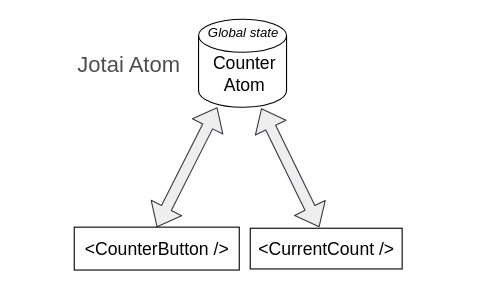
This is page "Jotai atom" (1 of 3) of content/posts/125-react-jotai/diagrams/diagram.drawio from panzerdp/dmitripavlutin.com, a draw.io file, before an edit. Source tidied: cells renumbered, new cells numbered last; positions are measured from the earlier drawing's top-left corner, leaving out a move shared by most shapes. Both pictures are drawn from the tidied source at 110%, with x=0, y=0 at pixel (74, 19).
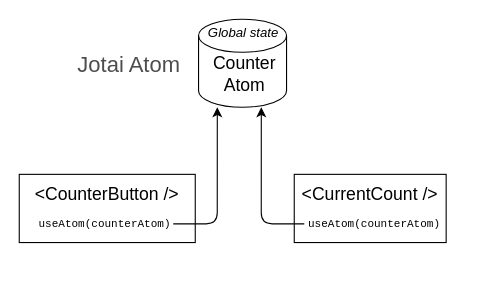
After the change.

Diff of the diagram source:
```diff
@@
 <mxGraphModel>
   <root>
     <mxCell id="0" />
     <mxCell id="1" parent="0" />
     <mxCell id="2" style="group;sketch=0;" parent="1" vertex="1">
       <mxGeometry x="100" width="110" height="80" as="geometry" />
     </mxCell>
     <mxCell id="3" style="group;" parent="2" vertex="1">
       <mxGeometry width="110" height="80" as="geometry" />
     </mxCell>
     <mxCell id="4" style="shape=cylinder2;whiteSpace=wrap;html=1;boundedLbl=1;backgroundOutline=1;size=15;rounded=0;fillColor=none;fontSize=16;" parent="3" vertex="1">
       <mxGeometry x="13" width="80" height="80" as="geometry" />
     </mxCell>
     <mxCell id="5" value="Counter &lt;br&gt;Atom" style="text;html=1;strokeColor=none;fillColor=none;align=center;verticalAlign=middle;whiteSpace=wrap;rounded=0;fontSize=16;" parent="3" vertex="1">
       <mxGeometry y="40" width="110" height="20" as="geometry" />
     </mxCell>
     <mxCell id="6" value="Global state" style="text;html=1;strokeColor=none;fillColor=none;align=center;verticalAlign=middle;whiteSpace=wrap;rounded=0;fontStyle=2;" parent="3" vertex="1">
       <mxGeometry x="19" y="3" width="70" height="20" as="geometry" />
     </mxCell>
-    <mxCell id="7" style="shape=flexArrow;endArrow=classic;startArrow=classic;html=1;fontSize=16;entryX=0.213;entryY=1;entryDx=0;entryDy=0;entryPerimeter=0;exitX=0.5;exitY=0;exitDx=0;exitDy=0;fillColor=#eeeeee;strokeColor=#36393d;" parent="1" edge="1" source="10" target="4">
-      <mxGeometry relative="1" as="geometry" />
-    </mxCell>
-    <mxCell id="8" style="shape=flexArrow;endArrow=classic;startArrow=classic;html=1;fontSize=16;exitX=0.455;exitY=-0.026;exitDx=0;exitDy=0;exitPerimeter=0;fillColor=#eeeeee;strokeColor=#36393d;" parent="1" edge="1" source="9">
-      <mxGeometry relative="1" as="geometry">
-        <mxPoint x="170" y="81" as="targetPoint" />
-      </mxGeometry>
-    </mxCell>
+    <mxCell id="11" value="Jotai Atom" style="text;html=1;strokeColor=none;fillColor=none;align=center;verticalAlign=middle;whiteSpace=wrap;rounded=0;fontStyle=0;fontColor=#4D4D4D;fontSize=20;" parent="1" vertex="1">
+      <mxGeometry y="30" width="100" height="20" as="geometry" />
+    </mxCell>
+    <mxCell id="12" style="group;" parent="1" vertex="1">
+      <mxGeometry x="-50" y="141" width="174" height="62" as="geometry" />
+    </mxCell>
+    <mxCell id="10" style="html=1;sketch=0;" parent="12" vertex="1">
+      <mxGeometry width="160" height="62" as="geometry" />
+    </mxCell>
+    <mxCell id="13" value="&amp;lt;CounterButton /&amp;gt;" style="text;html=1;strokeColor=none;fillColor=none;align=center;verticalAlign=middle;whiteSpace=wrap;rounded=0;fontSize=16;" parent="12" vertex="1">
+      <mxGeometry y="8" width="160" height="20" as="geometry" />
+    </mxCell>
+    <mxCell id="14" value="&amp;nbsp;useAtom(counterAtom)" style="text;html=1;strokeColor=none;fillColor=none;align=center;verticalAlign=middle;whiteSpace=wrap;rounded=0;fontSize=10;fontFamily=Courier New;" parent="12" vertex="1">
+      <mxGeometry x="10" y="35" width="130" height="20" as="geometry" />
+    </mxCell>
+    <mxCell id="15" style="group;" parent="1" vertex="1">
+      <mxGeometry x="189.1" y="141" width="160" height="62" as="geometry" />
+    </mxCell>
-    <mxCell id="9" value="&lt;font style=&quot;font-size: 16px&quot;&gt;&amp;lt;CurrentCount /&amp;gt;&lt;/font&gt;" style="html=1;" parent="1" vertex="1">
-      <mxGeometry x="160" y="190" width="138.1" height="37" as="geometry" />
+    <mxCell id="9" style="html=1;" parent="15" vertex="1">
+      <mxGeometry x="10.9" width="138.1" height="62" as="geometry" />
     </mxCell>
-    <mxCell id="10" value="&lt;font style=&quot;font-size: 16px&quot;&gt;&amp;lt;CounterButton /&amp;gt;&lt;/font&gt;" style="html=1;sketch=0;" parent="1" vertex="1">
-      <mxGeometry y="189" width="150" height="39" as="geometry" />
-    </mxCell>
-    <mxCell id="11" value="Jotai Atom" style="text;html=1;strokeColor=none;fillColor=none;align=center;verticalAlign=middle;whiteSpace=wrap;rounded=0;fontStyle=0;fontColor=#4D4D4D;fontSize=20;" parent="1" vertex="1">
-      <mxGeometry y="30" width="100" height="20" as="geometry" />
-    </mxCell>
+    <mxCell id="16" value="&amp;lt;CurrentCount /&amp;gt;" style="text;html=1;strokeColor=none;fillColor=none;align=center;verticalAlign=middle;whiteSpace=wrap;rounded=0;fontSize=16;" parent="15" vertex="1">
+      <mxGeometry y="8" width="160" height="20" as="geometry" />
+    </mxCell>
+    <mxCell id="17" value="&amp;nbsp;useAtom(counterAtom)" style="text;html=1;strokeColor=none;fillColor=none;align=center;verticalAlign=middle;whiteSpace=wrap;rounded=0;fontSize=10;fontFamily=Courier New;" parent="15" vertex="1">
+      <mxGeometry x="20" y="35" width="121.5" height="20" as="geometry" />
+    </mxCell>
+    <mxCell id="18" style="edgeStyle=segmentEdgeStyle;endArrow=classic;html=1;entryX=0.213;entryY=1;entryDx=0;entryDy=0;entryPerimeter=0;" parent="1" edge="1" source="14" target="4">
+      <mxGeometry relative="1" as="geometry" />
+    </mxCell>
+    <mxCell id="19" style="edgeStyle=segmentEdgeStyle;endArrow=classic;html=1;entryX=0.713;entryY=1;entryDx=0;entryDy=0;entryPerimeter=0;" parent="1" edge="1" source="17" target="4">
+      <mxGeometry relative="1" as="geometry" />
+    </mxCell>
   </root>
 </mxGraphModel>
```
